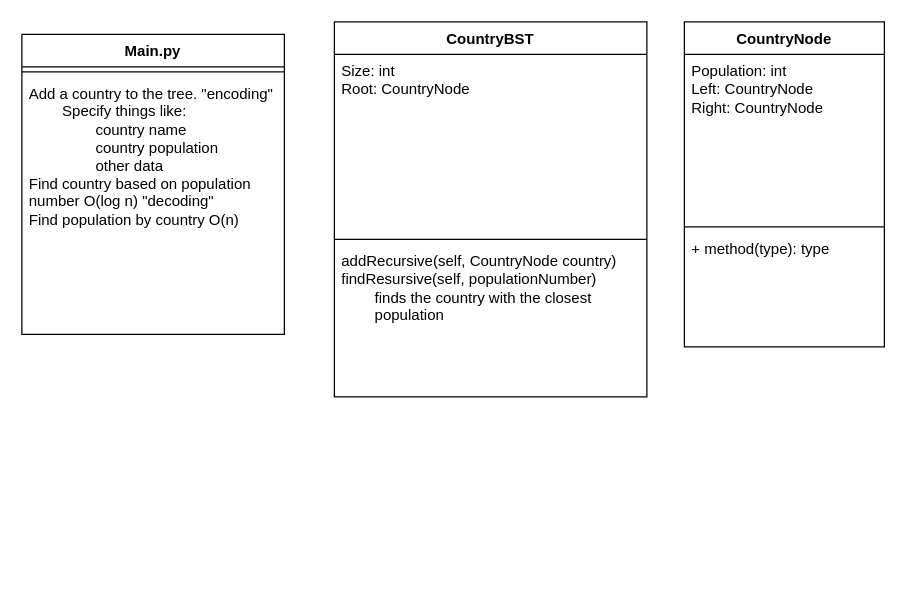
Above: final_project_diagram.drawio in atroy01/MSOE_Final_Project (draw.io), before the change. Source tidied: cells renumbered, new cells numbered last; positions are measured from the earlier drawing's top-left corner, leaving out a move shared by most shapes. Both pictures are drawn from the tidied source at 125%, with x=0, y=0 at pixel (21, 21).
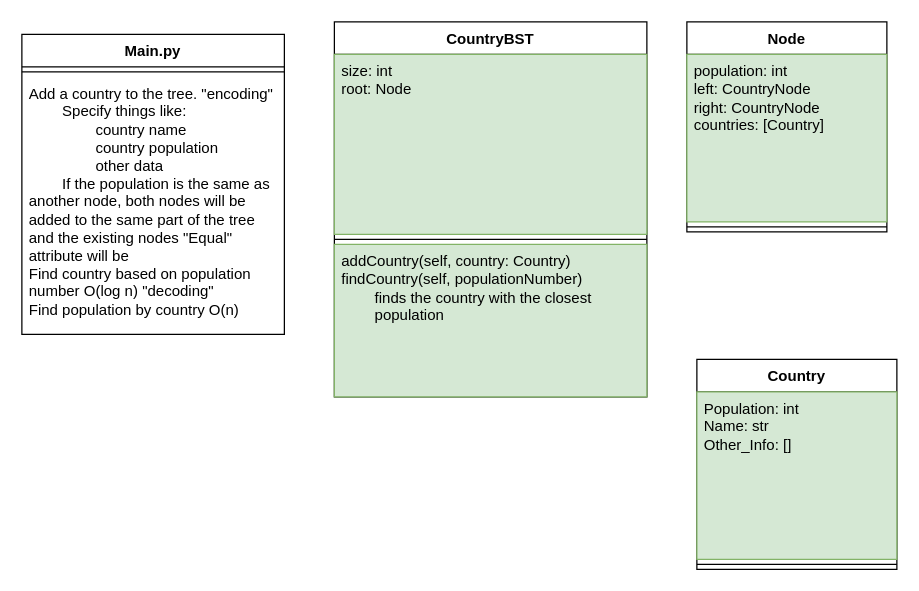
After the change.

Commit message:
updated diagram with node and checked off the attributes adn methods implemented.

Diff of the diagram source:
```diff
@@
 <mxGraphModel>
   <root>
     <mxCell id="0" />
     <mxCell id="1" parent="0" />
     <mxCell id="2" value="CountryBST" style="swimlane;fontStyle=1;align=center;verticalAlign=top;horizontal=1;startSize=26;whiteSpace=wrap;html=1;" parent="1" vertex="1">
       <mxGeometry x="250" width="250" height="300" as="geometry" />
     </mxCell>
-    <mxCell id="3" value="Size: int&lt;br&gt;Root: CountryNode" style="text;strokeColor=none;fillColor=none;align=left;verticalAlign=top;spacingLeft=4;spacingRight=4;overflow=hidden;whiteSpace=wrap;html=1;" parent="2" vertex="1">
+    <mxCell id="3" value="size: int&lt;br&gt;root: Node" style="text;strokeColor=#82b366;fillColor=#d5e8d4;align=left;verticalAlign=top;spacingLeft=4;spacingRight=4;overflow=hidden;whiteSpace=wrap;html=1;" parent="2" vertex="1">
       <mxGeometry y="26" width="250" height="144" as="geometry" />
     </mxCell>
     <mxCell id="4" style="line;strokeWidth=1;fillColor=none;align=left;verticalAlign=middle;spacingTop=-1;spacingLeft=3;spacingRight=3;labelPosition=right;strokeColor=inherit;" parent="2" vertex="1">
       <mxGeometry y="170" width="250" height="8" as="geometry" />
     </mxCell>
-    <mxCell id="5" value="addRecursive(self, CountryNode country)&lt;br&gt;findResursive(self, populationNumber)&lt;br&gt;&lt;span style=&quot;white-space: pre;&quot;&gt;&#9;&lt;/span&gt;finds the country with the closest &lt;span style=&quot;white-space: pre;&quot;&gt;&#9;&lt;/span&gt;population&lt;br&gt;" style="text;strokeColor=none;fillColor=none;align=left;verticalAlign=top;spacingLeft=4;spacingRight=4;overflow=hidden;whiteSpace=wrap;html=1;" parent="2" vertex="1">
+    <mxCell id="5" value="addCountry(self, country: Country)&lt;br&gt;findCountry(self, populationNumber)&lt;br&gt;&lt;span style=&quot;white-space: pre;&quot;&gt;&#9;&lt;/span&gt;finds the country with the closest &lt;span style=&quot;white-space: pre;&quot;&gt;&#9;&lt;/span&gt;population" style="text;strokeColor=#82b366;fillColor=#d5e8d4;align=left;verticalAlign=top;spacingLeft=4;spacingRight=4;overflow=hidden;whiteSpace=wrap;html=1;" parent="2" vertex="1">
       <mxGeometry y="178" width="250" height="122" as="geometry" />
     </mxCell>
-    <mxCell id="6" value="CountryNode" style="swimlane;fontStyle=1;align=center;verticalAlign=top;horizontal=1;startSize=26;whiteSpace=wrap;html=1;" parent="1" vertex="1">
-      <mxGeometry x="530" width="160" height="260" as="geometry" />
+    <mxCell id="6" value="Node" style="swimlane;fontStyle=1;align=center;verticalAlign=top;horizontal=1;startSize=26;whiteSpace=wrap;html=1;" parent="1" vertex="1">
+      <mxGeometry x="532" width="160" height="168" as="geometry" />
     </mxCell>
-    <mxCell id="7" value="Population: int&lt;br&gt;Left: CountryNode&lt;br&gt;Right: CountryNode&lt;br&gt;" style="text;strokeColor=none;fillColor=none;align=left;verticalAlign=top;spacingLeft=4;spacingRight=4;overflow=hidden;whiteSpace=wrap;html=1;" parent="6" vertex="1">
+    <mxCell id="7" value="population: int&lt;br&gt;left: CountryNode&lt;br&gt;right: CountryNode&lt;br&gt;countries: [Country]" style="text;strokeColor=#82b366;fillColor=#d5e8d4;align=left;verticalAlign=top;spacingLeft=4;spacingRight=4;overflow=hidden;whiteSpace=wrap;html=1;" parent="6" vertex="1">
       <mxGeometry y="26" width="160" height="134" as="geometry" />
     </mxCell>
     <mxCell id="8" style="line;strokeWidth=1;fillColor=none;align=left;verticalAlign=middle;spacingTop=-1;spacingLeft=3;spacingRight=3;labelPosition=right;strokeColor=inherit;" parent="6" vertex="1">
       <mxGeometry y="160" width="160" height="8" as="geometry" />
     </mxCell>
-    <mxCell id="9" value="+ method(type): type" style="text;strokeColor=none;fillColor=none;align=left;verticalAlign=top;spacingLeft=4;spacingRight=4;overflow=hidden;whiteSpace=wrap;html=1;" parent="6" vertex="1">
-      <mxGeometry y="168" width="160" height="92" as="geometry" />
-    </mxCell>
     <mxCell id="10" value="Main.py" style="swimlane;fontStyle=1;align=center;verticalAlign=top;horizontal=1;startSize=26;whiteSpace=wrap;html=1;" parent="1" vertex="1">
       <mxGeometry y="10" width="210" height="240" as="geometry" />
     </mxCell>
     <mxCell id="11" style="line;strokeWidth=1;fillColor=none;align=left;verticalAlign=middle;spacingTop=-1;spacingLeft=3;spacingRight=3;labelPosition=right;strokeColor=inherit;" parent="10" vertex="1">
       <mxGeometry y="26" width="210" height="8" as="geometry" />
     </mxCell>
-    <mxCell id="12" value="Add a country to the tree. &quot;encoding&quot;&lt;br&gt;&lt;span style=&quot;white-space: pre;&quot;&gt;&#9;&lt;/span&gt;Specify things like:&lt;br&gt;&lt;span style=&quot;white-space: pre;&quot;&gt;&#9;&lt;span style=&quot;white-space: pre;&quot;&gt;&#9;&lt;/span&gt;&lt;/span&gt;country name&lt;br&gt;&lt;span style=&quot;white-space: pre;&quot;&gt;&lt;span style=&quot;white-space: pre;&quot;&gt;&#9;&lt;/span&gt;&#9;&lt;/span&gt;country population&lt;br&gt;&lt;span style=&quot;white-space: pre;&quot;&gt;&#9;&lt;span style=&quot;white-space: pre;&quot;&gt;&#9;&lt;/span&gt;&lt;/span&gt;other data&lt;br&gt;Find country based on population number O(log n) &quot;decoding&quot;&lt;br&gt;Find population by country O(n)" style="text;strokeColor=none;fillColor=none;align=left;verticalAlign=top;spacingLeft=4;spacingRight=4;overflow=hidden;whiteSpace=wrap;html=1;" parent="10" vertex="1">
+    <mxCell id="12" value="Add a country to the tree. &quot;encoding&quot;&lt;br&gt;&lt;span style=&quot;white-space: pre;&quot;&gt;&#9;&lt;/span&gt;Specify things like:&lt;br&gt;&lt;span style=&quot;white-space: pre;&quot;&gt;&#9;&lt;span style=&quot;white-space: pre;&quot;&gt;&#9;&lt;/span&gt;&lt;/span&gt;country name&lt;br&gt;&lt;span style=&quot;white-space: pre;&quot;&gt;&lt;span style=&quot;white-space: pre;&quot;&gt;&#9;&lt;/span&gt;&#9;&lt;/span&gt;country population&lt;br&gt;&lt;span style=&quot;white-space: pre;&quot;&gt;&#9;&lt;span style=&quot;white-space: pre;&quot;&gt;&#9;&lt;/span&gt;&lt;/span&gt;other data&lt;br&gt;&lt;span style=&quot;white-space: pre;&quot;&gt;&#9;&lt;/span&gt;If the population is the same as another node, both nodes will be added to the same part of the tree and the existing nodes &quot;Equal&quot; attribute will be&amp;nbsp;&lt;br&gt;Find country based on population number O(log n) &quot;decoding&quot;&lt;br&gt;Find population by country O(n)" style="text;strokeColor=none;fillColor=none;align=left;verticalAlign=top;spacingLeft=4;spacingRight=4;overflow=hidden;whiteSpace=wrap;html=1;" parent="10" vertex="1">
       <mxGeometry y="34" width="210" height="206" as="geometry" />
     </mxCell>
+    <mxCell id="13" value="Country" style="swimlane;fontStyle=1;align=center;verticalAlign=top;horizontal=1;startSize=26;whiteSpace=wrap;html=1;" parent="1" vertex="1">
+      <mxGeometry x="540" y="270" width="160" height="168" as="geometry" />
+    </mxCell>
+    <mxCell id="14" value="Population: int&lt;br&gt;Name: str&lt;br&gt;Other_Info: []" style="text;strokeColor=#82b366;fillColor=#d5e8d4;align=left;verticalAlign=top;spacingLeft=4;spacingRight=4;overflow=hidden;whiteSpace=wrap;html=1;" parent="13" vertex="1">
+      <mxGeometry y="26" width="160" height="134" as="geometry" />
+    </mxCell>
+    <mxCell id="15" style="line;strokeWidth=1;fillColor=none;align=left;verticalAlign=middle;spacingTop=-1;spacingLeft=3;spacingRight=3;labelPosition=right;strokeColor=inherit;" parent="13" vertex="1">
+      <mxGeometry y="160" width="160" height="8" as="geometry" />
+    </mxCell>
   </root>
 </mxGraphModel>
```
